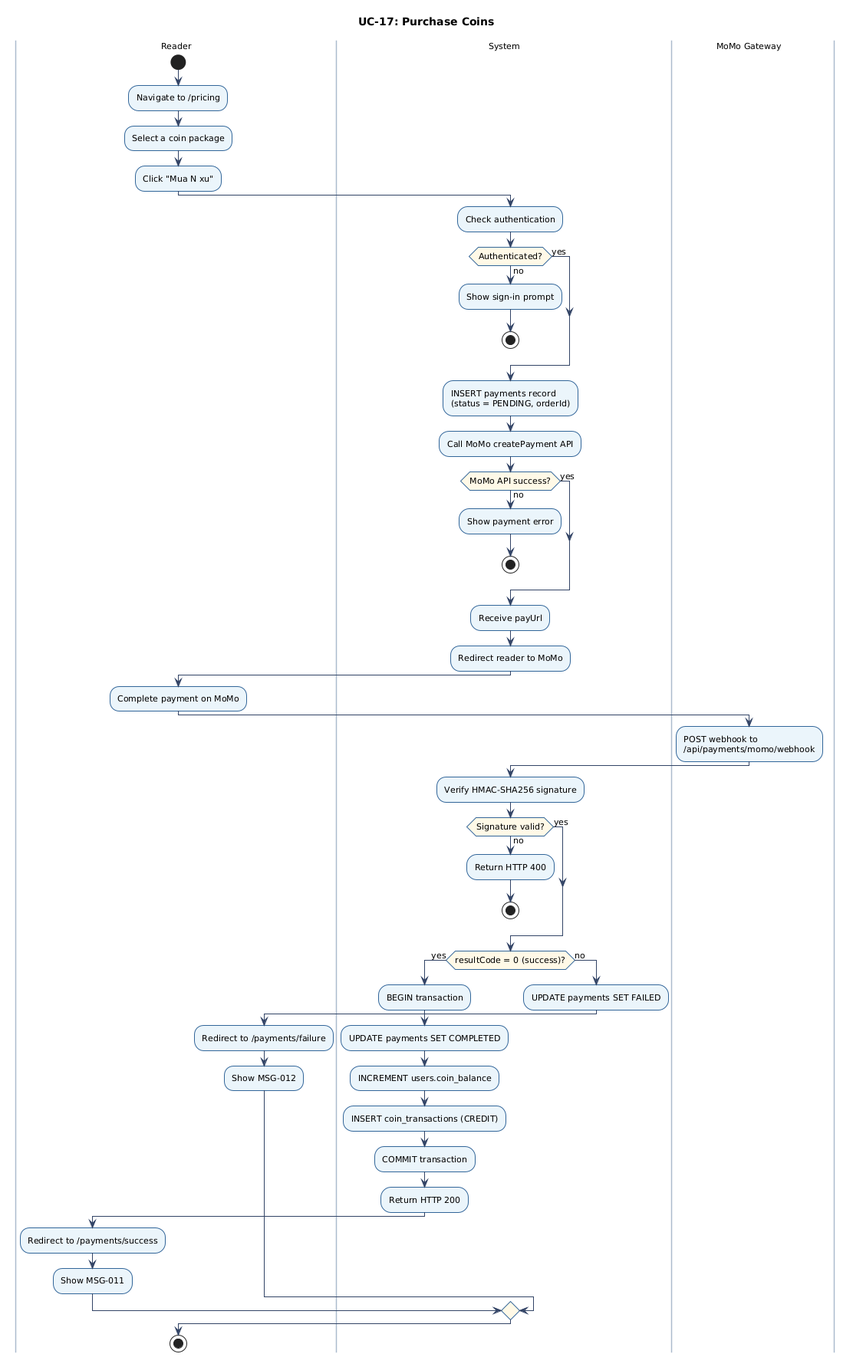
Before: docs/figures/uc-17-activity.png, a diagram exported from PlantUML (chinhbmt122/Software-Architecture).
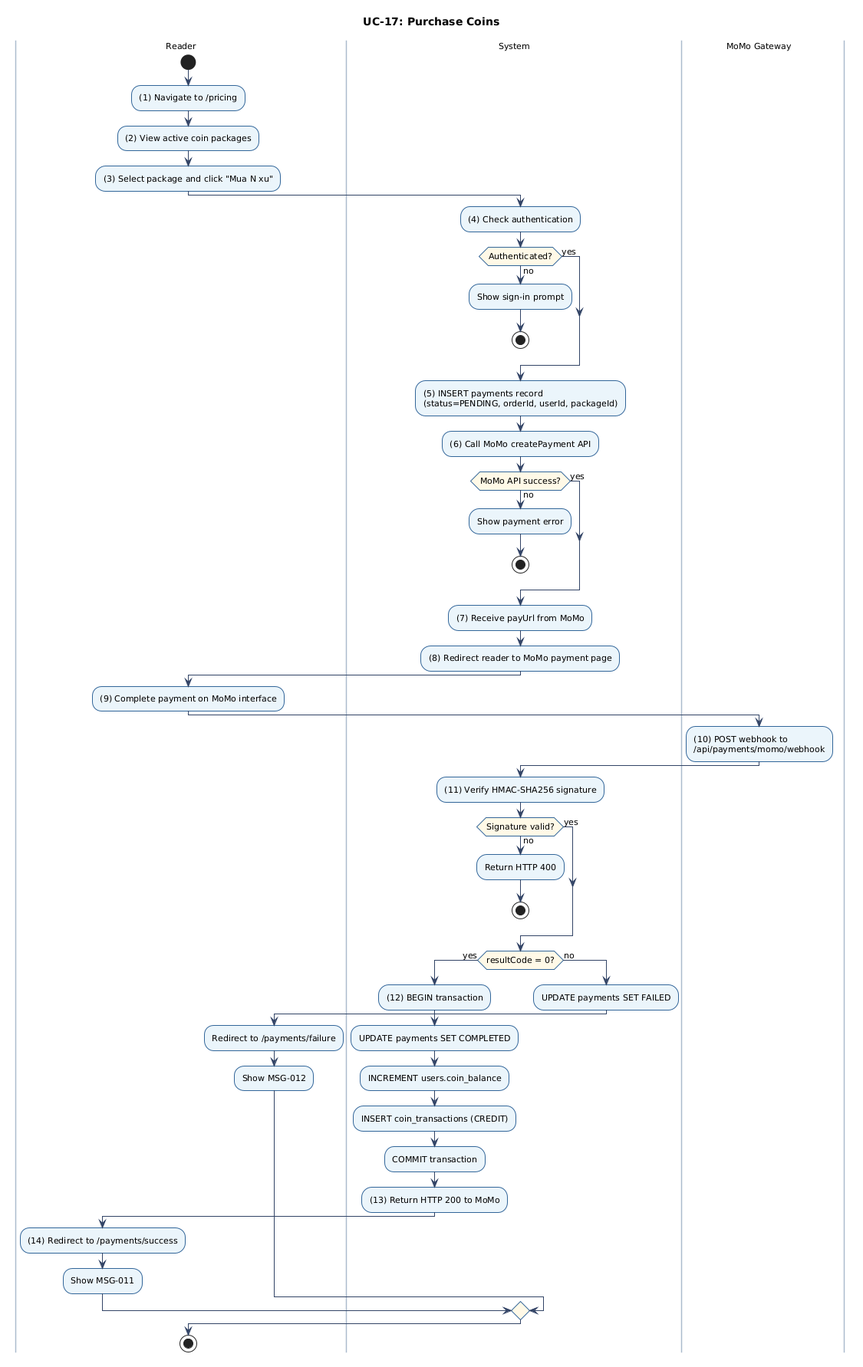
The same diagram one commit later.

Diff of the diagram source:
```diff
@@ -15,45 +15,45 @@
 title UC-17: Purchase Coins
 |Reader|
 start
-:Navigate to /pricing;
-:Select a coin package;
-:Click "Mua N xu";
+:(1) Navigate to /pricing;
+:(2) View active coin packages;
+:(3) Select package and click "Mua N xu";
 |System|
-:Check authentication;
+:(4) Check authentication;
 if (Authenticated?) then (no)
   :Show sign-in prompt;
   stop
 else (yes)
 endif
-:INSERT payments record\n(status = PENDING, orderId);
-:Call MoMo createPayment API;
+:(5) INSERT payments record\n(status=PENDING, orderId, userId, packageId);
+:(6) Call MoMo createPayment API;
 if (MoMo API success?) then (no)
   :Show payment error;
   stop
 else (yes)
 endif
-:Receive payUrl;
-:Redirect reader to MoMo;
+:(7) Receive payUrl from MoMo;
+:(8) Redirect reader to MoMo payment page;
 |Reader|
-:Complete payment on MoMo;
+:(9) Complete payment on MoMo interface;
 |MoMo Gateway|
-:POST webhook to\n/api/payments/momo/webhook;
+:(10) POST webhook to\n/api/payments/momo/webhook;
 |System|
-:Verify HMAC-SHA256 signature;
+:(11) Verify HMAC-SHA256 signature;
 if (Signature valid?) then (no)
   :Return HTTP 400;
   stop
 else (yes)
 endif
-if (resultCode = 0 (success)?) then (yes)
-  :BEGIN transaction;
+if (resultCode = 0?) then (yes)
+  :(12) BEGIN transaction;
   :UPDATE payments SET COMPLETED;
   :INCREMENT users.coin_balance;
   :INSERT coin_transactions (CREDIT);
   :COMMIT transaction;
-  :Return HTTP 200;
+  :(13) Return HTTP 200 to MoMo;
   |Reader|
-  :Redirect to /payments/success;
+  :(14) Redirect to /payments/success;
   :Show MSG-011;
 else (no)
   |System|
```
